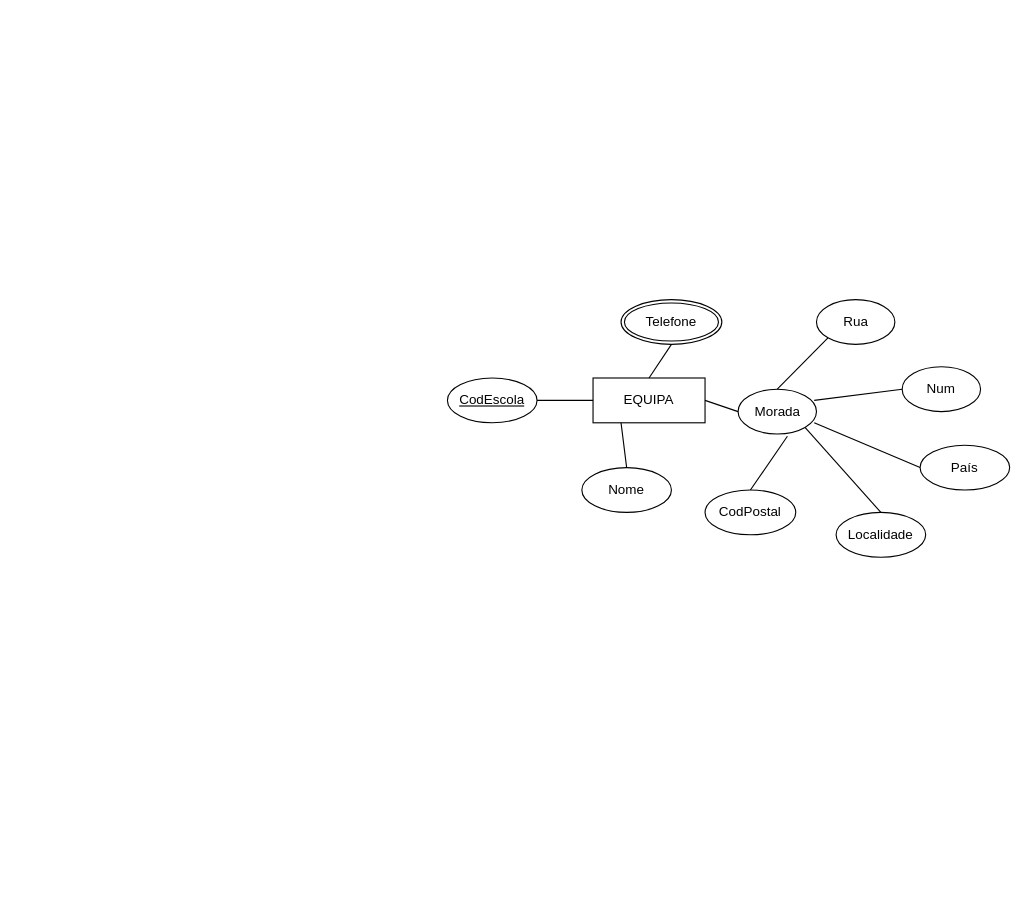
Before: DiagramaFutebol.drawio in VascoMatos/diagramas, a draw.io diagram. Source tidied: cells renumbered, new cells numbered last; positions are measured from the earlier drawing's top-left corner, leaving out a move shared by most shapes. Both pictures are drawn from the tidied source at 112%, with x=0, y=0 at pixel (447, 299).
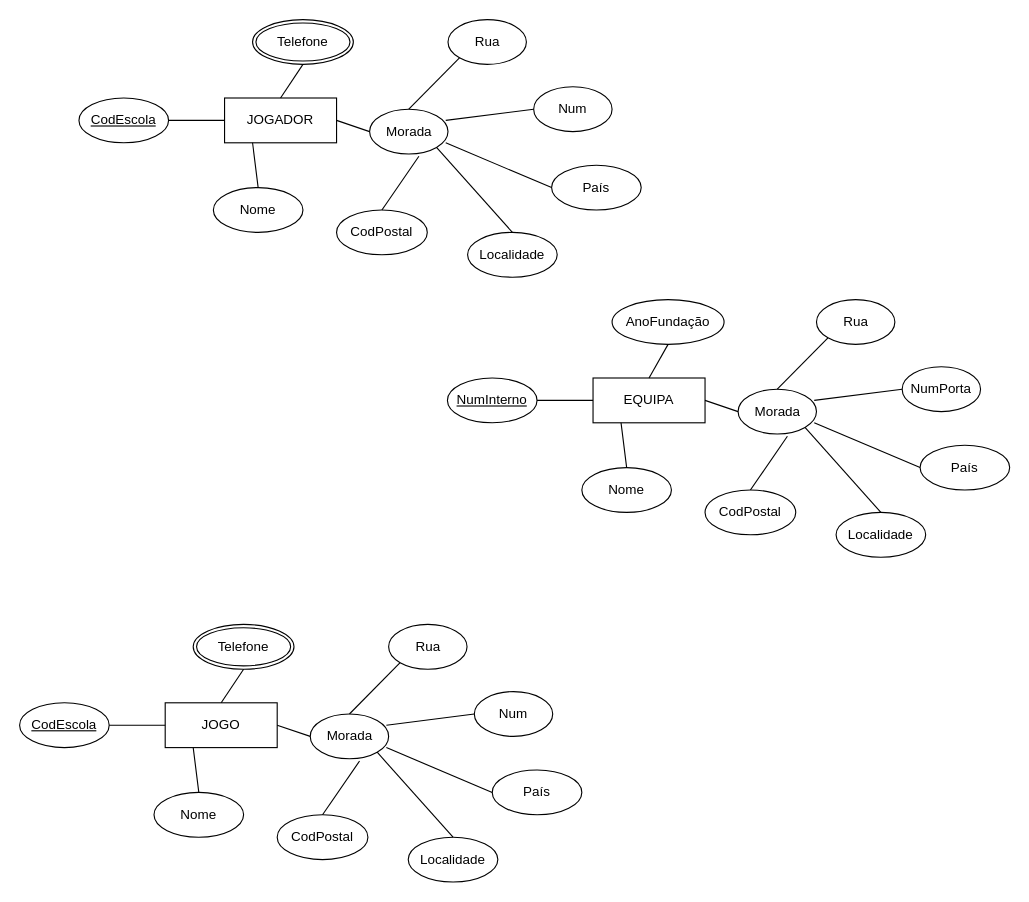
The same diagram, later.

The change refers to these unchanged cells:
```xml
<mxCell id="2" value="EQUIPA" style="whiteSpace=wrap;html=1;align=center;" parent="1" vertex="1">
  <mxGeometry x="130" y="70" width="100" height="40" as="geometry" />
</mxCell>
```

What changed in the source:
```diff
@@
-    <mxCell id="3" value="CodEscola" style="ellipse;whiteSpace=wrap;html=1;align=center;fontStyle=4;" parent="1" vertex="1">
+    <mxCell id="3" value="NumInterno" style="ellipse;whiteSpace=wrap;html=1;align=center;fontStyle=4;" parent="1" vertex="1">
       <mxGeometry y="70" width="80" height="40" as="geometry" />
     </mxCell>
@@
-    <mxCell id="9" value="Telefone" style="ellipse;shape=doubleEllipse;margin=3;whiteSpace=wrap;html=1;align=center;" parent="1" vertex="1">
-      <mxGeometry x="155" width="90" height="40" as="geometry" />
-    </mxCell>
-    <mxCell id="10" style="endArrow=none;html=1;rounded=0;exitX=0.5;exitY=1;exitDx=0;exitDy=0;entryX=0.5;entryY=0;entryDx=0;entryDy=0;" parent="1" edge="1" source="9" target="2">
+    <mxCell id="10" style="endArrow=none;html=1;rounded=0;exitX=0.5;exitY=1;exitDx=0;exitDy=0;entryX=0.5;entryY=0;entryDx=0;entryDy=0;" parent="1" edge="1" source="59" target="2">
       <mxGeometry relative="1" as="geometry" />
     </mxCell>
@@
-    <mxCell id="12" value="Num" style="ellipse;whiteSpace=wrap;html=1;align=center;" parent="1" vertex="1">
+    <mxCell id="12" value="NumPorta" style="ellipse;whiteSpace=wrap;html=1;align=center;" parent="1" vertex="1">
       <mxGeometry x="406" y="60" width="70" height="40" as="geometry" />
     </mxCell>
@@
+    <mxCell id="21" value="JOGADOR" style="whiteSpace=wrap;html=1;align=center;" parent="1" vertex="1">
+      <mxGeometry x="-199" y="-180" width="100" height="40" as="geometry" />
+    </mxCell>
+    <mxCell id="22" value="CodEscola" style="ellipse;whiteSpace=wrap;html=1;align=center;fontStyle=4;" parent="1" vertex="1">
+      <mxGeometry x="-329" y="-180" width="80" height="40" as="geometry" />
+    </mxCell>
+    <mxCell id="23" value="Nome" style="ellipse;whiteSpace=wrap;html=1;align=center;" parent="1" vertex="1">
+      <mxGeometry x="-209" y="-100" width="80" height="40" as="geometry" />
+    </mxCell>
+    <mxCell id="24" style="endArrow=none;html=1;rounded=0;exitX=0;exitY=0.5;exitDx=0;exitDy=0;entryX=1;entryY=0.5;entryDx=0;entryDy=0;" parent="1" edge="1" source="21" target="22">
+      <mxGeometry relative="1" as="geometry" />
+    </mxCell>
+    <mxCell id="25" style="endArrow=none;html=1;rounded=0;entryX=0.5;entryY=0;entryDx=0;entryDy=0;exitX=0.25;exitY=1;exitDx=0;exitDy=0;" parent="1" edge="1" source="21" target="23">
+      <mxGeometry relative="1" as="geometry" />
+    </mxCell>
+    <mxCell id="26" value="Morada" style="ellipse;whiteSpace=wrap;html=1;align=center;" parent="1" vertex="1">
+      <mxGeometry x="-69.5" y="-170" width="70" height="40" as="geometry" />
+    </mxCell>
+    <mxCell id="27" style="endArrow=none;html=1;rounded=0;exitX=0;exitY=0.5;exitDx=0;exitDy=0;entryX=1;entryY=0.5;entryDx=0;entryDy=0;" parent="1" edge="1" source="26" target="21">
+      <mxGeometry relative="1" as="geometry" />
+    </mxCell>
+    <mxCell id="28" value="Telefone" style="ellipse;shape=doubleEllipse;margin=3;whiteSpace=wrap;html=1;align=center;" parent="1" vertex="1">
+      <mxGeometry x="-174" y="-250" width="90" height="40" as="geometry" />
+    </mxCell>
+    <mxCell id="29" style="endArrow=none;html=1;rounded=0;exitX=0.5;exitY=1;exitDx=0;exitDy=0;entryX=0.5;entryY=0;entryDx=0;entryDy=0;" parent="1" edge="1" source="28" target="21">
+      <mxGeometry relative="1" as="geometry" />
+    </mxCell>
+    <mxCell id="30" value="Rua" style="ellipse;whiteSpace=wrap;html=1;align=center;" parent="1" vertex="1">
+      <mxGeometry x="0.5" y="-250" width="70" height="40" as="geometry" />
+    </mxCell>
+    <mxCell id="31" value="Num" style="ellipse;whiteSpace=wrap;html=1;align=center;" parent="1" vertex="1">
+      <mxGeometry x="77" y="-190" width="70" height="40" as="geometry" />
+    </mxCell>
+    <mxCell id="32" value="País" style="ellipse;whiteSpace=wrap;html=1;align=center;" parent="1" vertex="1">
+      <mxGeometry x="93" y="-120" width="80" height="40" as="geometry" />
+    </mxCell>
+    <mxCell id="33" value="Localidade" style="ellipse;whiteSpace=wrap;html=1;align=center;" parent="1" vertex="1">
+      <mxGeometry x="18" y="-60" width="80" height="40" as="geometry" />
+    </mxCell>
+    <mxCell id="34" value="CodPostal" style="ellipse;whiteSpace=wrap;html=1;align=center;" parent="1" vertex="1">
+      <mxGeometry x="-99" y="-80" width="81" height="40" as="geometry" />
+    </mxCell>
+    <mxCell id="35" style="endArrow=none;html=1;rounded=0;exitX=0;exitY=1;exitDx=0;exitDy=0;entryX=0.5;entryY=0;entryDx=0;entryDy=0;" parent="1" edge="1" source="30" target="26">
+      <mxGeometry relative="1" as="geometry" />
+    </mxCell>
+    <mxCell id="36" style="endArrow=none;html=1;rounded=0;exitX=0;exitY=0.5;exitDx=0;exitDy=0;entryX=0.971;entryY=0.25;entryDx=0;entryDy=0;entryPerimeter=0;" parent="1" edge="1" source="31" target="26">
+      <mxGeometry relative="1" as="geometry" />
+    </mxCell>
+    <mxCell id="37" style="endArrow=none;html=1;rounded=0;exitX=0;exitY=0.5;exitDx=0;exitDy=0;entryX=0.971;entryY=0.75;entryDx=0;entryDy=0;entryPerimeter=0;" parent="1" edge="1" source="32" target="26">
+      <mxGeometry relative="1" as="geometry" />
+    </mxCell>
+    <mxCell id="38" style="endArrow=none;html=1;rounded=0;exitX=0.5;exitY=0;exitDx=0;exitDy=0;entryX=1;entryY=1;entryDx=0;entryDy=0;" parent="1" edge="1" source="33" target="26">
+      <mxGeometry relative="1" as="geometry" />
+    </mxCell>
+    <mxCell id="39" style="endArrow=none;html=1;rounded=0;exitX=0.5;exitY=0;exitDx=0;exitDy=0;entryX=0.629;entryY=1.05;entryDx=0;entryDy=0;entryPerimeter=0;" parent="1" edge="1" source="34" target="26">
+      <mxGeometry relative="1" as="geometry" />
+    </mxCell>
+    <mxCell id="40" value="JOGO" style="whiteSpace=wrap;html=1;align=center;" parent="1" vertex="1">
+      <mxGeometry x="-252" y="360" width="100" height="40" as="geometry" />
+    </mxCell>
+    <mxCell id="41" value="CodEscola" style="ellipse;whiteSpace=wrap;html=1;align=center;fontStyle=4;" parent="1" vertex="1">
+      <mxGeometry x="-382" y="360" width="80" height="40" as="geometry" />
+    </mxCell>
+    <mxCell id="42" value="Nome" style="ellipse;whiteSpace=wrap;html=1;align=center;" parent="1" vertex="1">
+      <mxGeometry x="-262" y="440" width="80" height="40" as="geometry" />
+    </mxCell>
+    <mxCell id="43" style="endArrow=none;html=1;rounded=0;exitX=0;exitY=0.5;exitDx=0;exitDy=0;entryX=1;entryY=0.5;entryDx=0;entryDy=0;" parent="1" edge="1" source="40" target="41">
+      <mxGeometry relative="1" as="geometry" />
+    </mxCell>
+    <mxCell id="44" style="endArrow=none;html=1;rounded=0;entryX=0.5;entryY=0;entryDx=0;entryDy=0;exitX=0.25;exitY=1;exitDx=0;exitDy=0;" parent="1" edge="1" source="40" target="42">
+      <mxGeometry relative="1" as="geometry" />
+    </mxCell>
+    <mxCell id="45" value="Morada" style="ellipse;whiteSpace=wrap;html=1;align=center;" parent="1" vertex="1">
+      <mxGeometry x="-122.5" y="370" width="70" height="40" as="geometry" />
+    </mxCell>
+    <mxCell id="46" style="endArrow=none;html=1;rounded=0;exitX=0;exitY=0.5;exitDx=0;exitDy=0;entryX=1;entryY=0.5;entryDx=0;entryDy=0;" parent="1" edge="1" source="45" target="40">
+      <mxGeometry relative="1" as="geometry" />
+    </mxCell>
+    <mxCell id="47" value="Telefone" style="ellipse;shape=doubleEllipse;margin=3;whiteSpace=wrap;html=1;align=center;" parent="1" vertex="1">
+      <mxGeometry x="-227" y="290" width="90" height="40" as="geometry" />
+    </mxCell>
+    <mxCell id="48" style="endArrow=none;html=1;rounded=0;exitX=0.5;exitY=1;exitDx=0;exitDy=0;entryX=0.5;entryY=0;entryDx=0;entryDy=0;" parent="1" edge="1" source="47" target="40">
+      <mxGeometry relative="1" as="geometry" />
+    </mxCell>
+    <mxCell id="49" value="Rua" style="ellipse;whiteSpace=wrap;html=1;align=center;" parent="1" vertex="1">
+      <mxGeometry x="-52.5" y="290" width="70" height="40" as="geometry" />
+    </mxCell>
+    <mxCell id="50" value="Num" style="ellipse;whiteSpace=wrap;html=1;align=center;" parent="1" vertex="1">
+      <mxGeometry x="24" y="350" width="70" height="40" as="geometry" />
+    </mxCell>
+    <mxCell id="51" value="País" style="ellipse;whiteSpace=wrap;html=1;align=center;" parent="1" vertex="1">
+      <mxGeometry x="40" y="420" width="80" height="40" as="geometry" />
+    </mxCell>
+    <mxCell id="52" value="Localidade" style="ellipse;whiteSpace=wrap;html=1;align=center;" parent="1" vertex="1">
+      <mxGeometry x="-35" y="480" width="80" height="40" as="geometry" />
+    </mxCell>
+    <mxCell id="53" value="CodPostal" style="ellipse;whiteSpace=wrap;html=1;align=center;" parent="1" vertex="1">
+      <mxGeometry x="-152" y="460" width="81" height="40" as="geometry" />
+    </mxCell>
+    <mxCell id="54" style="endArrow=none;html=1;rounded=0;exitX=0;exitY=1;exitDx=0;exitDy=0;entryX=0.5;entryY=0;entryDx=0;entryDy=0;" parent="1" edge="1" source="49" target="45">
+      <mxGeometry relative="1" as="geometry" />
+    </mxCell>
+    <mxCell id="55" style="endArrow=none;html=1;rounded=0;exitX=0;exitY=0.5;exitDx=0;exitDy=0;entryX=0.971;entryY=0.25;entryDx=0;entryDy=0;entryPerimeter=0;" parent="1" edge="1" source="50" target="45">
+      <mxGeometry relative="1" as="geometry" />
+    </mxCell>
+    <mxCell id="56" style="endArrow=none;html=1;rounded=0;exitX=0;exitY=0.5;exitDx=0;exitDy=0;entryX=0.971;entryY=0.75;entryDx=0;entryDy=0;entryPerimeter=0;" parent="1" edge="1" source="51" target="45">
+      <mxGeometry relative="1" as="geometry" />
+    </mxCell>
+    <mxCell id="57" style="endArrow=none;html=1;rounded=0;exitX=0.5;exitY=0;exitDx=0;exitDy=0;entryX=1;entryY=1;entryDx=0;entryDy=0;" parent="1" edge="1" source="52" target="45">
+      <mxGeometry relative="1" as="geometry" />
+    </mxCell>
+    <mxCell id="58" style="endArrow=none;html=1;rounded=0;exitX=0.5;exitY=0;exitDx=0;exitDy=0;entryX=0.629;entryY=1.05;entryDx=0;entryDy=0;entryPerimeter=0;" parent="1" edge="1" source="53" target="45">
+      <mxGeometry relative="1" as="geometry" />
+    </mxCell>
+    <mxCell id="59" value="AnoFundação" style="ellipse;whiteSpace=wrap;html=1;align=center;" parent="1" vertex="1">
+      <mxGeometry x="147" width="100" height="40" as="geometry" />
+    </mxCell>
```
